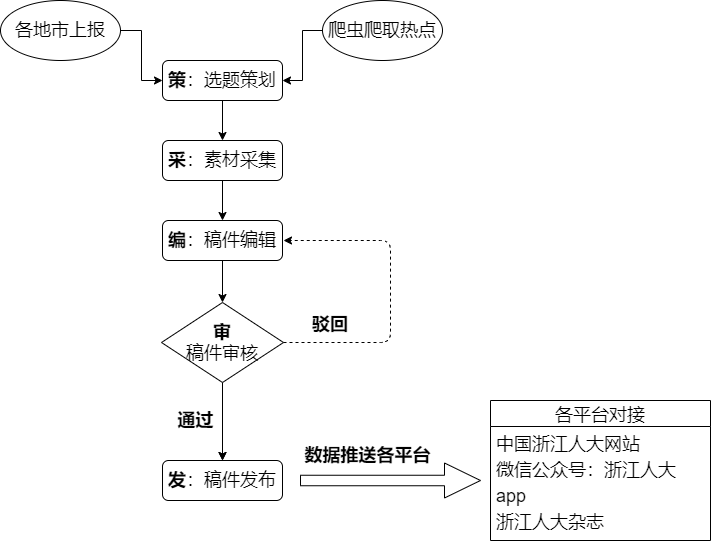
The draw.io diagram Untitled Diagram.png in yangJinRui325/note, before a commit. Source tidied: cells renumbered, new cells last; positions are measured from the earlier drawing's top-left corner, leaving out a move shared by most shapes.
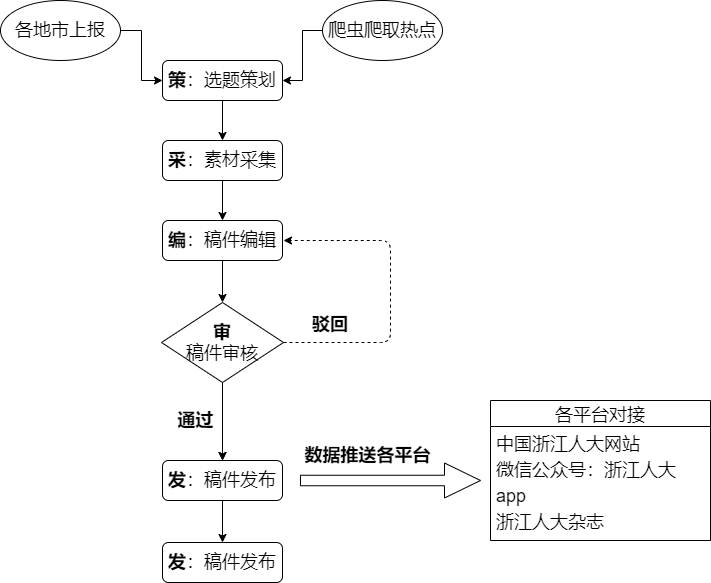
The same diagram one commit later.

What changed in the source:
```diff
@@ -80,5 +80,11 @@
     <mxCell id="25" value="浙江人大杂志" style="text;strokeColor=none;fillColor=none;align=left;verticalAlign=top;spacingLeft=4;spacingRight=4;overflow=hidden;fontSize=18;" parent="21" vertex="1">
       <mxGeometry y="104" width="220" height="36" as="geometry" />
     </mxCell>
+    <mxCell id="26" value="&lt;font style=&quot;font-size: 18px&quot;&gt;&lt;b&gt;发&lt;/b&gt;：稿件发布&lt;/font&gt;" style="rounded=1;whiteSpace=wrap;html=1;fontSize=12;glass=0;strokeWidth=1;shadow=0;" parent="1" vertex="1">
+      <mxGeometry x="162" y="542" width="120" height="40" as="geometry" />
+    </mxCell>
+    <mxCell id="27" style="edgeStyle=orthogonalEdgeStyle;rounded=0;jettySize=auto;html=1;exitX=0.5;exitY=1;exitDx=0;exitDy=0;entryX=0.5;entryY=0;entryDx=0;entryDy=0;" parent="1" edge="1" source="12" target="26">
+      <mxGeometry relative="1" as="geometry" />
+    </mxCell>
   </root>
 </mxGraphModel>
```
